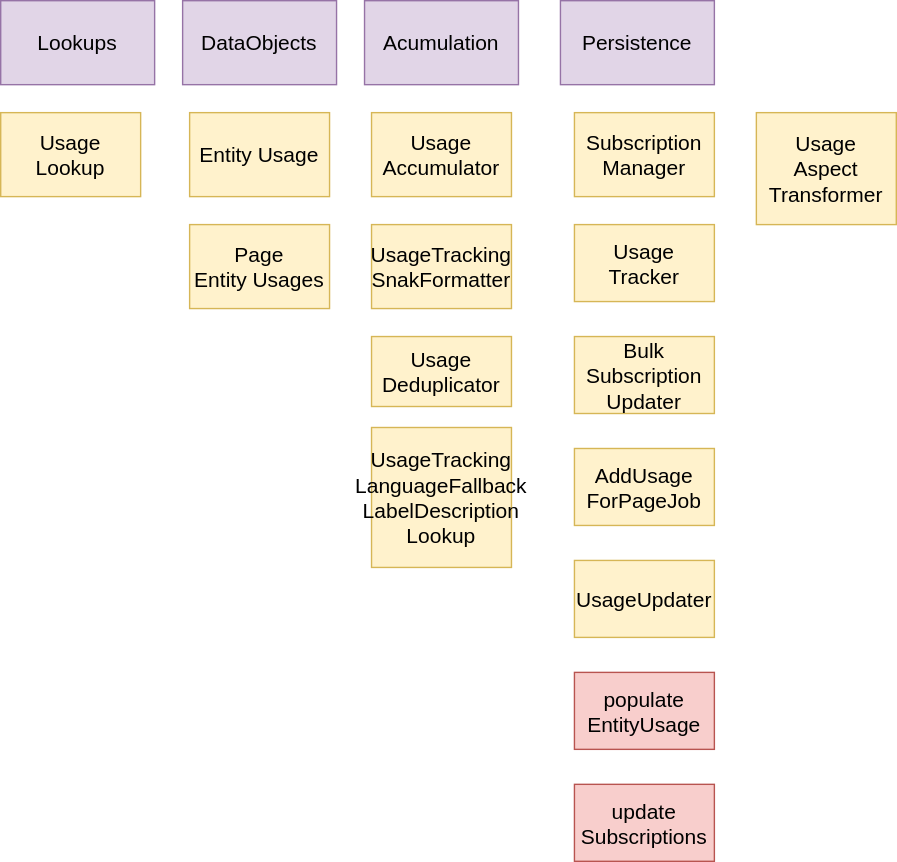
This is systems/WikibaseClient/diagrams/05-entitychangenotifications-usage.drawio.svg from wmde/wikidata-wikibase-architecture, a draw.io export, as it was before one commit. Source tidied: cells renumbered, new cells last; positions are measured from the earlier drawing's top-left corner, leaving out a move shared by most shapes.
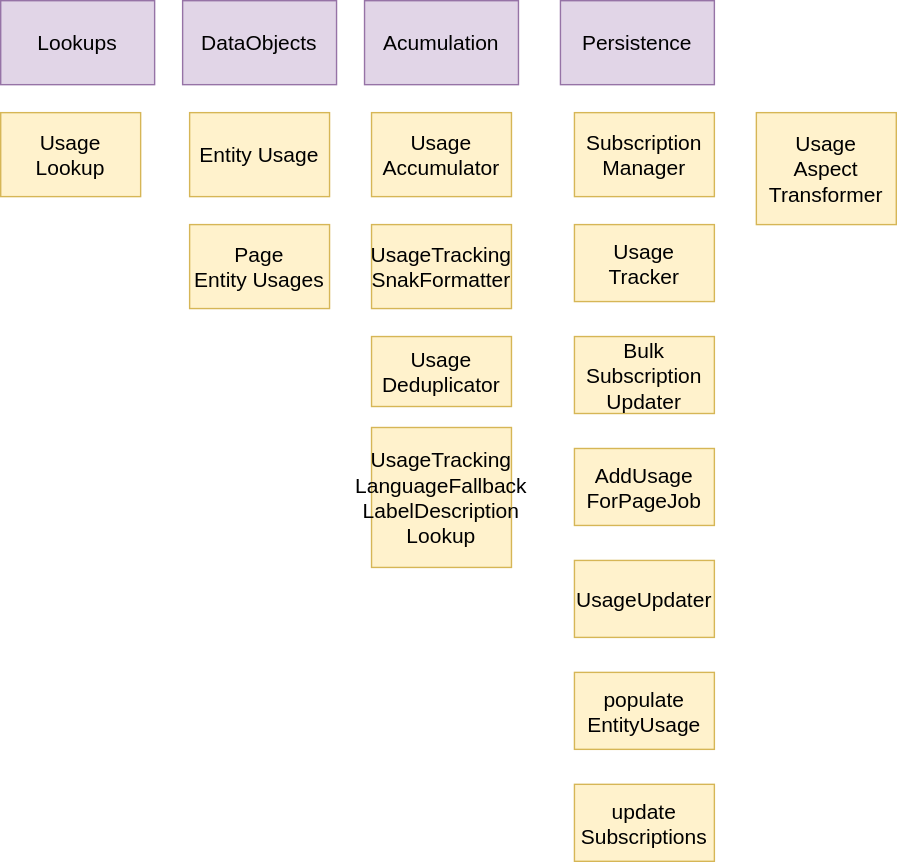
After the change.

Diff of the diagram source:
```diff
@@ -44,10 +44,10 @@
     <mxCell id="15" value="Lookups" style="whiteSpace=wrap;html=1;fillColor=#e1d5e7;strokeColor=#9673a6;fontSize=15;fontStyle=0;" parent="1" vertex="1">
       <mxGeometry width="110" height="60" as="geometry" />
     </mxCell>
-    <mxCell id="16" value="populate&#10;EntityUsage" style="fillColor=#f8cecc;strokeColor=#b85450;fontSize=15;fontStyle=0;" parent="1" vertex="1">
+    <mxCell id="16" value="populate&#10;EntityUsage" style="fillColor=#fff2cc;strokeColor=#d6b656;fontSize=15;fontStyle=0;" parent="1" vertex="1">
       <mxGeometry x="410" y="480" width="100" height="55" as="geometry" />
     </mxCell>
-    <mxCell id="17" value="update&#10;Subscriptions" style="fillColor=#f8cecc;strokeColor=#b85450;fontSize=15;fontStyle=0;align=center;" parent="1" vertex="1">
+    <mxCell id="17" value="update&#10;Subscriptions" style="fillColor=#fff2cc;strokeColor=#d6b656;fontSize=15;fontStyle=0;align=center;" parent="1" vertex="1">
       <mxGeometry x="410" y="560" width="100" height="55" as="geometry" />
     </mxCell>
     <mxCell id="18" value="Bulk&lt;br&gt;Subscription&lt;br&gt;Updater" style="whiteSpace=wrap;html=1;fillColor=#fff2cc;strokeColor=#d6b656;fontSize=15;fontStyle=0;" parent="1" vertex="1">
```
